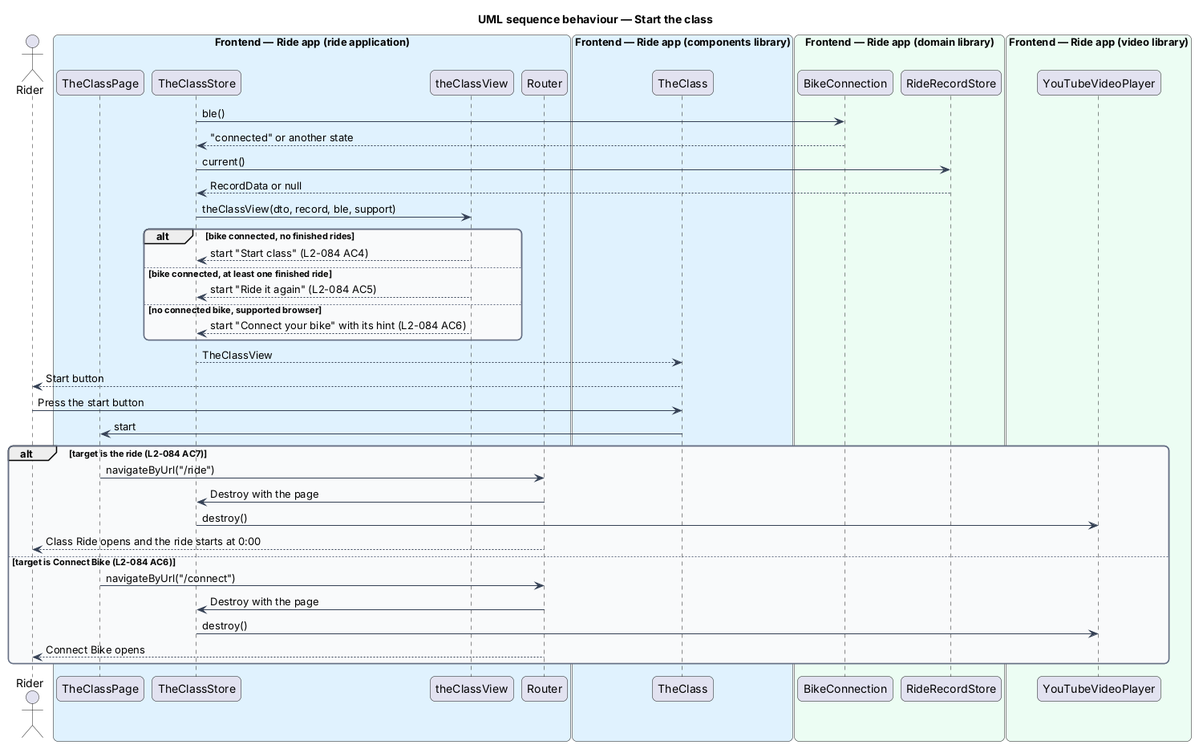
Above: docs/detailed-designs/the-class/show-the-class/diagrams/sequence-start-the-class.png in QuinntyneBrown/ride-one (PlantUML), before the change.
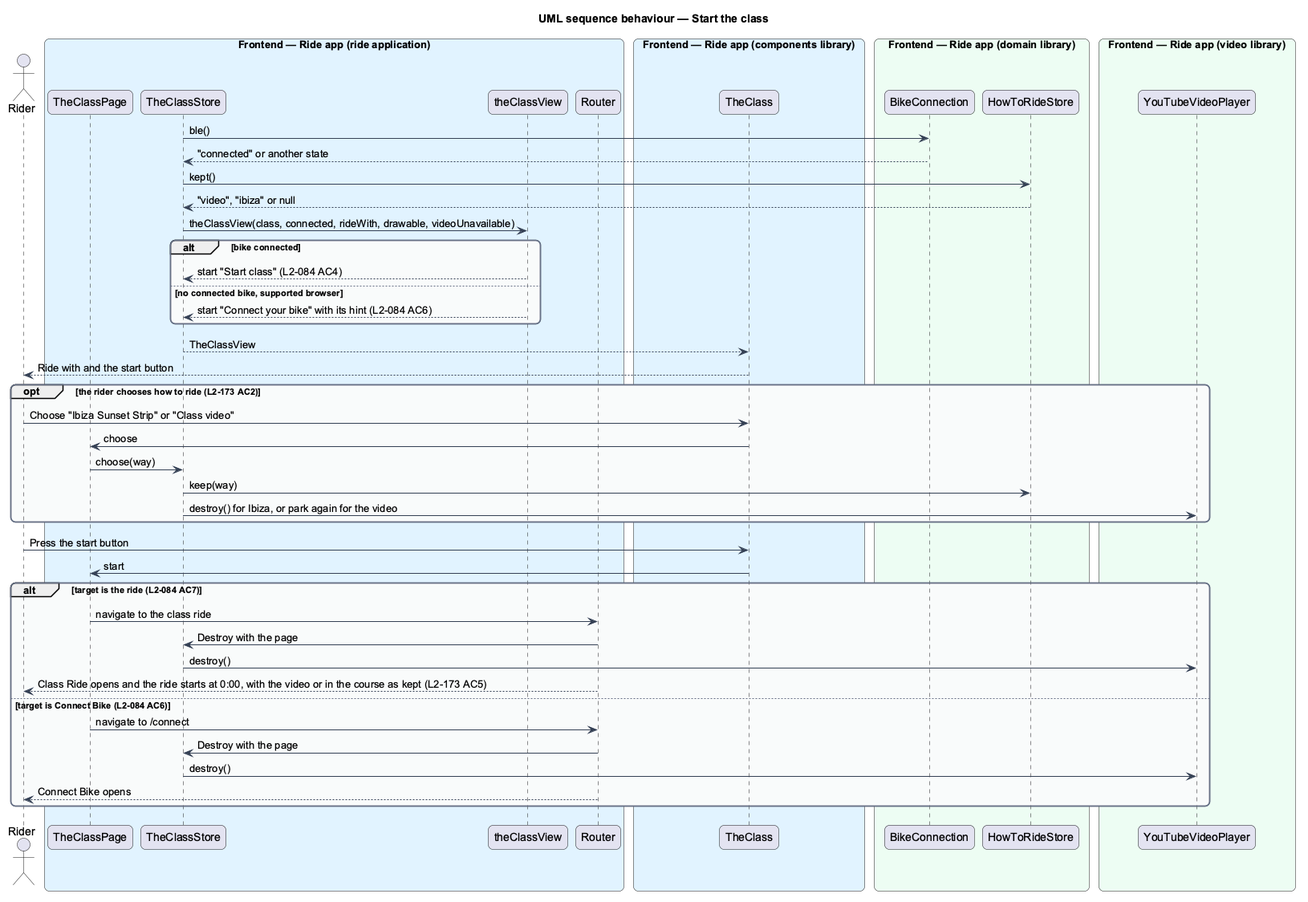
After the change.

The edit, as a diff of the source:
```diff
@@ -26,34 +26,39 @@
 end box
 box "Frontend — Ride app (domain library)" #ECFDF3
   participant "BikeConnection" as conn
-  participant "RideRecordStore" as record
+  participant "HowToRideStore" as how
 end box
 box "Frontend — Ride app (video library)" #ECFDF3
   participant "YouTubeVideoPlayer" as player
 end box
 store -> conn : ble()
 conn --> store : "connected" or another state
-store -> record : current()
-record --> store : RecordData or null
-store -> view : theClassView(dto, record, ble, support)
-alt bike connected, no finished rides
+store -> how : kept()
+how --> store : "video", "ibiza" or null
+store -> view : theClassView(class, connected, rideWith, drawable, videoUnavailable)
+alt bike connected
   view --> store : start "Start class" (L2-084 AC4)
-else bike connected, at least one finished ride
-  view --> store : start "Ride it again" (L2-084 AC5)
 else no connected bike, supported browser
   view --> store : start "Connect your bike" with its hint (L2-084 AC6)
 end
 store --> block : TheClassView
-block --> rider : Start button
+block --> rider : Ride with and the start button
+opt the rider chooses how to ride (L2-173 AC2)
+  rider -> block : Choose "Ibiza Sunset Strip" or "Class video"
+  block -> page : choose
+  page -> store : choose(way)
+  store -> how : keep(way)
+  store -> player : destroy() for Ibiza, or park again for the video
+end
 rider -> block : Press the start button
 block -> page : start
 alt target is the ride (L2-084 AC7)
-  page -> router : navigateByUrl("/ride")
+  page -> router : navigate to the class ride
   router -> store : Destroy with the page
   store -> player : destroy()
-  router --> rider : Class Ride opens and the ride starts at 0:00
+  router --> rider : Class Ride opens and the ride starts at 0:00, with the video or in the course as kept (L2-173 AC5)
 else target is Connect Bike (L2-084 AC6)
-  page -> router : navigateByUrl("/connect")
+  page -> router : navigate to /connect
   router -> store : Destroy with the page
   store -> player : destroy()
   router --> rider : Connect Bike opens
```
